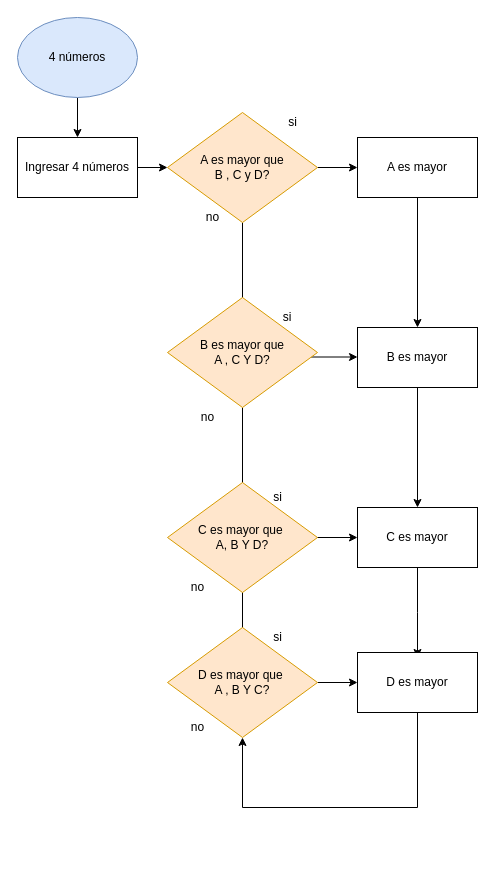
This is page "4 Números" (1 of 2) of Untitled Diagram.drawio from Matyplop/Matyplop.github.io, a draw.io file, before an edit. Source tidied: cells renumbered, new cells numbered last; positions are measured from the earlier drawing's top-left corner, leaving out a move shared by most shapes. Both pictures are drawn from the tidied source at 100%, with x=0, y=0 at pixel (17, 17).
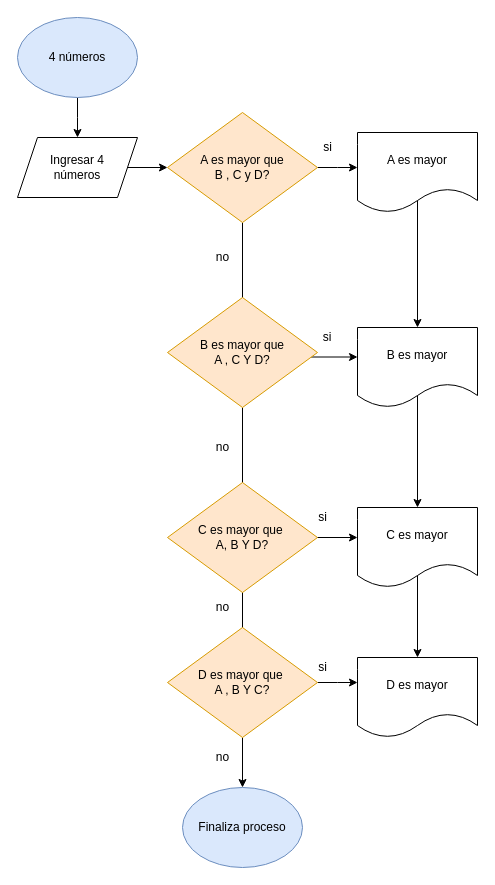
Above is the later version.

Unchanged cells that the change refers to:
```xml
<mxCell id="3" value="4 números" style="ellipse;whiteSpace=wrap;html=1;fillColor=#dae8fc;strokeColor=#6c8ebf;" parent="1" vertex="1">
  <mxGeometry width="120" height="80" as="geometry" />
</mxCell>
<mxCell id="8" value="A es mayor que &lt;br&gt;B , C y D?" style="rhombus;whiteSpace=wrap;html=1;fillColor=#ffe6cc;strokeColor=#d79b00;" parent="1" vertex="1">
  <mxGeometry x="150" y="95" width="150" height="110" as="geometry" />
</mxCell>
<mxCell id="30" value="D es mayor que&amp;nbsp;&lt;br&gt;A , B Y C?" style="rhombus;whiteSpace=wrap;html=1;fillColor=#ffe6cc;strokeColor=#d79b00;" parent="1" vertex="1">
  <mxGeometry x="150" y="610" width="150" height="110" as="geometry" />
</mxCell>
```

What changed in the source:
```diff
@@
-    <mxCell id="2" style="edgeStyle=orthogonalEdgeStyle;rounded=0;jettySize=auto;html=1;" parent="1" edge="1" source="3" target="5">
-      <mxGeometry relative="1" as="geometry" />
+    <mxCell id="2" style="edgeStyle=orthogonalEdgeStyle;rounded=0;jettySize=auto;html=1;" parent="1" edge="1" source="3">
+      <mxGeometry relative="1" as="geometry">
+        <mxPoint x="60" y="120" as="targetPoint" />
+      </mxGeometry>
     </mxCell>
@@
-    <mxCell id="4" style="edgeStyle=orthogonalEdgeStyle;rounded=0;jettySize=auto;html=1;" parent="1" edge="1" source="5" target="8">
+    <mxCell id="4" style="edgeStyle=orthogonalEdgeStyle;rounded=0;jettySize=auto;html=1;exitX=1;exitY=0.5;exitDx=0;exitDy=0;" parent="1" edge="1" source="5" target="8">
       <mxGeometry relative="1" as="geometry" />
     </mxCell>
-    <mxCell id="5" value="Ingresar 4 números" style="rounded=0;whiteSpace=wrap;html=1;" parent="1" vertex="1">
-      <mxGeometry y="120" width="120" height="60" as="geometry" />
-    </mxCell>
@@
-    <mxCell id="7" style="edgeStyle=orthogonalEdgeStyle;rounded=0;jettySize=auto;html=1;" parent="1" edge="1" source="8" target="12">
-      <mxGeometry relative="1" as="geometry" />
+    <mxCell id="7" style="edgeStyle=orthogonalEdgeStyle;rounded=0;jettySize=auto;html=1;" parent="1" edge="1" source="8">
+      <mxGeometry relative="1" as="geometry">
+        <mxPoint x="340" y="150" as="targetPoint" />
+      </mxGeometry>
     </mxCell>
@@
     <mxCell id="9" value="si" style="text;html=1;align=center;verticalAlign=middle;strokeColor=none;" parent="1" vertex="1">
-      <mxGeometry x="260" y="95" width="30" height="20" as="geometry" />
+      <mxGeometry x="295" y="120" width="30" height="20" as="geometry" />
     </mxCell>
     <mxCell id="10" value="no" style="text;html=1;align=center;verticalAlign=middle;strokeColor=none;" parent="1" vertex="1">
-      <mxGeometry x="180" y="190" width="30" height="20" as="geometry" />
+      <mxGeometry x="190" y="230" width="30" height="20" as="geometry" />
     </mxCell>
-    <mxCell id="11" style="edgeStyle=orthogonalEdgeStyle;rounded=0;jettySize=auto;html=1;entryX=0.5;entryY=0;entryDx=0;entryDy=0;" parent="1" edge="1" source="12" target="16">
-      <mxGeometry relative="1" as="geometry" />
+    <mxCell id="11" style="edgeStyle=orthogonalEdgeStyle;rounded=0;orthogonalLoop=1;jettySize=auto;html=1;entryX=0.5;entryY=0;entryDx=0;entryDy=0;" parent="1" edge="1">
+      <mxGeometry relative="1" as="geometry">
+        <mxPoint x="400" y="180" as="sourcePoint" />
+        <mxPoint x="400" y="310" as="targetPoint" />
+      </mxGeometry>
     </mxCell>
-    <mxCell id="12" value="A es mayor" style="rounded=0;whiteSpace=wrap;html=1;" parent="1" vertex="1">
-      <mxGeometry x="340" y="120" width="120" height="60" as="geometry" />
-    </mxCell>
@@
-    <mxCell id="15" style="edgeStyle=orthogonalEdgeStyle;rounded=0;jettySize=auto;html=1;" parent="1" edge="1" source="16" target="22">
-      <mxGeometry relative="1" as="geometry" />
+    <mxCell id="15" style="edgeStyle=orthogonalEdgeStyle;rounded=0;orthogonalLoop=1;jettySize=auto;html=1;" parent="1" edge="1">
+      <mxGeometry relative="1" as="geometry">
+        <mxPoint x="400" y="370" as="sourcePoint" />
+        <mxPoint x="400" y="490" as="targetPoint" />
+      </mxGeometry>
     </mxCell>
-    <mxCell id="16" value="B es mayor" style="rounded=0;whiteSpace=wrap;html=1;" parent="1" vertex="1">
-      <mxGeometry x="340" y="310" width="120" height="60" as="geometry" />
-    </mxCell>
     <mxCell id="17" value="si" style="text;html=1;strokeColor=none;fillColor=none;align=center;verticalAlign=middle;whiteSpace=wrap;rounded=0;" parent="1" vertex="1">
-      <mxGeometry x="250" y="290" width="40" height="20" as="geometry" />
+      <mxGeometry x="290" y="310" width="40" height="20" as="geometry" />
     </mxCell>
     <mxCell id="18" value="no" style="text;html=1;align=center;verticalAlign=middle;strokeColor=none;" parent="1" vertex="1">
-      <mxGeometry x="175" y="390" width="30" height="20" as="geometry" />
+      <mxGeometry x="190" y="420" width="30" height="20" as="geometry" />
     </mxCell>
@@
-    <mxCell id="21" style="edgeStyle=orthogonalEdgeStyle;rounded=0;jettySize=auto;html=1;" parent="1" edge="1" source="22">
+    <mxCell id="21" style="edgeStyle=orthogonalEdgeStyle;rounded=0;orthogonalLoop=1;jettySize=auto;html=1;" parent="1" edge="1">
       <mxGeometry relative="1" as="geometry">
+        <mxPoint x="400" y="550" as="sourcePoint" />
         <mxPoint x="400" y="640" as="targetPoint" />
       </mxGeometry>
     </mxCell>
-    <mxCell id="22" value="C es mayor" style="rounded=0;whiteSpace=wrap;html=1;" parent="1" vertex="1">
-      <mxGeometry x="340" y="490" width="120" height="60" as="geometry" />
-    </mxCell>
     <mxCell id="23" value="si" style="text;html=1;align=center;verticalAlign=middle;strokeColor=none;" parent="1" vertex="1">
-      <mxGeometry x="245" y="470" width="30" height="20" as="geometry" />
+      <mxGeometry x="290" y="490" width="30" height="20" as="geometry" />
     </mxCell>
     <mxCell id="24" value="no" style="text;html=1;align=center;verticalAlign=middle;strokeColor=none;" parent="1" vertex="1">
-      <mxGeometry x="165" y="560" width="30" height="20" as="geometry" />
+      <mxGeometry x="190" y="580" width="30" height="20" as="geometry" />
     </mxCell>
     <mxCell id="25" value="si" style="text;html=1;align=center;verticalAlign=middle;strokeColor=none;" parent="1" vertex="1">
-      <mxGeometry x="245" y="610" width="30" height="20" as="geometry" />
+      <mxGeometry x="290" y="640" width="30" height="20" as="geometry" />
     </mxCell>
     <mxCell id="26" value="no" style="text;html=1;align=center;verticalAlign=middle;strokeColor=none;" parent="1" vertex="1">
-      <mxGeometry x="165" y="700" width="30" height="20" as="geometry" />
+      <mxGeometry x="190" y="730" width="30" height="20" as="geometry" />
     </mxCell>
@@
-    <mxCell id="29" style="edgeStyle=orthogonalEdgeStyle;rounded=0;jettySize=auto;html=1;entryX=0;entryY=0.5;entryDx=0;entryDy=0;" parent="1" edge="1" source="30" target="32">
-      <mxGeometry relative="1" as="geometry" />
+    <mxCell id="29" style="edgeStyle=orthogonalEdgeStyle;rounded=0;jettySize=auto;html=1;entryX=0;entryY=0.5;entryDx=0;entryDy=0;" parent="1" edge="1" source="30">
+      <mxGeometry relative="1" as="geometry">
+        <mxPoint x="340" y="665" as="targetPoint" />
+      </mxGeometry>
     </mxCell>
+    <mxCell id="33" style="edgeStyle=orthogonalEdgeStyle;rounded=0;jettySize=auto;html=1;" parent="1" edge="1" source="30" target="34">
+      <mxGeometry relative="1" as="geometry" />
+    </mxCell>
@@
-    <mxCell id="31" style="edgeStyle=orthogonalEdgeStyle;rounded=0;jettySize=auto;html=1;entryX=0.5;entryY=1;entryDx=0;entryDy=0;" parent="1" edge="1" source="32" target="30">
-      <mxGeometry relative="1" as="geometry">
-        <Array as="points">
-          <mxPoint x="400" y="790" />
-          <mxPoint x="225" y="790" />
-        </Array>
-      </mxGeometry>
-    </mxCell>
+    <mxCell id="5" value="Ingresar 4 &lt;br&gt;números" style="shape=parallelogram;perimeter=parallelogramPerimeter;whiteSpace=wrap;html=1;fixedSize=1;" parent="1" vertex="1">
+      <mxGeometry y="120" width="120" height="60" as="geometry" />
+    </mxCell>
+    <mxCell id="34" value="Finaliza proceso" style="ellipse;whiteSpace=wrap;html=1;fillColor=#dae8fc;strokeColor=#6c8ebf;" parent="1" vertex="1">
+      <mxGeometry x="165" y="770" width="120" height="80" as="geometry" />
+    </mxCell>
+    <mxCell id="12" value="A es mayor" style="shape=document;whiteSpace=wrap;html=1;boundedLbl=1;" parent="1" vertex="1">
+      <mxGeometry x="340" y="115" width="120" height="80" as="geometry" />
+    </mxCell>
+    <mxCell id="16" value="B es mayor" style="shape=document;whiteSpace=wrap;html=1;boundedLbl=1;" parent="1" vertex="1">
+      <mxGeometry x="340" y="310" width="120" height="80" as="geometry" />
+    </mxCell>
+    <mxCell id="22" value="C es mayor" style="shape=document;whiteSpace=wrap;html=1;boundedLbl=1;" parent="1" vertex="1">
+      <mxGeometry x="340" y="490" width="120" height="80" as="geometry" />
+    </mxCell>
-    <mxCell id="32" value="D es mayor" style="rounded=0;whiteSpace=wrap;html=1;" parent="1" vertex="1">
-      <mxGeometry x="340" y="635" width="120" height="60" as="geometry" />
+    <mxCell id="32" value="D es mayor" style="shape=document;whiteSpace=wrap;html=1;boundedLbl=1;" parent="1" vertex="1">
+      <mxGeometry x="340" y="640" width="120" height="80" as="geometry" />
     </mxCell>
```
